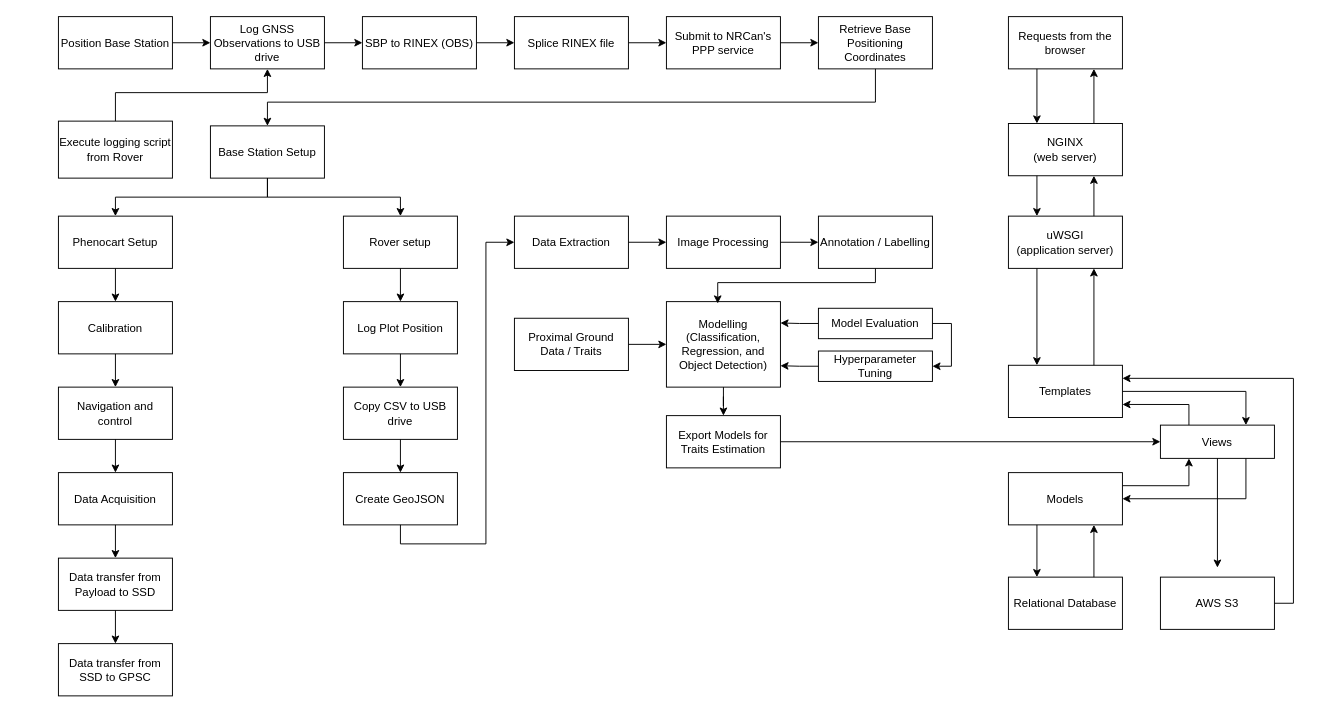
The draw.io diagram Untitled Diagram.drawio in prabaharravichandran/Workflow, before the edit. Source tidied: cells renumbered, new cells numbered last; positions are measured from the earlier drawing's top-left corner, leaving out a move shared by most shapes. Both pictures are drawn from the tidied source at 95%, with x=0, y=0 at pixel (58, 16).
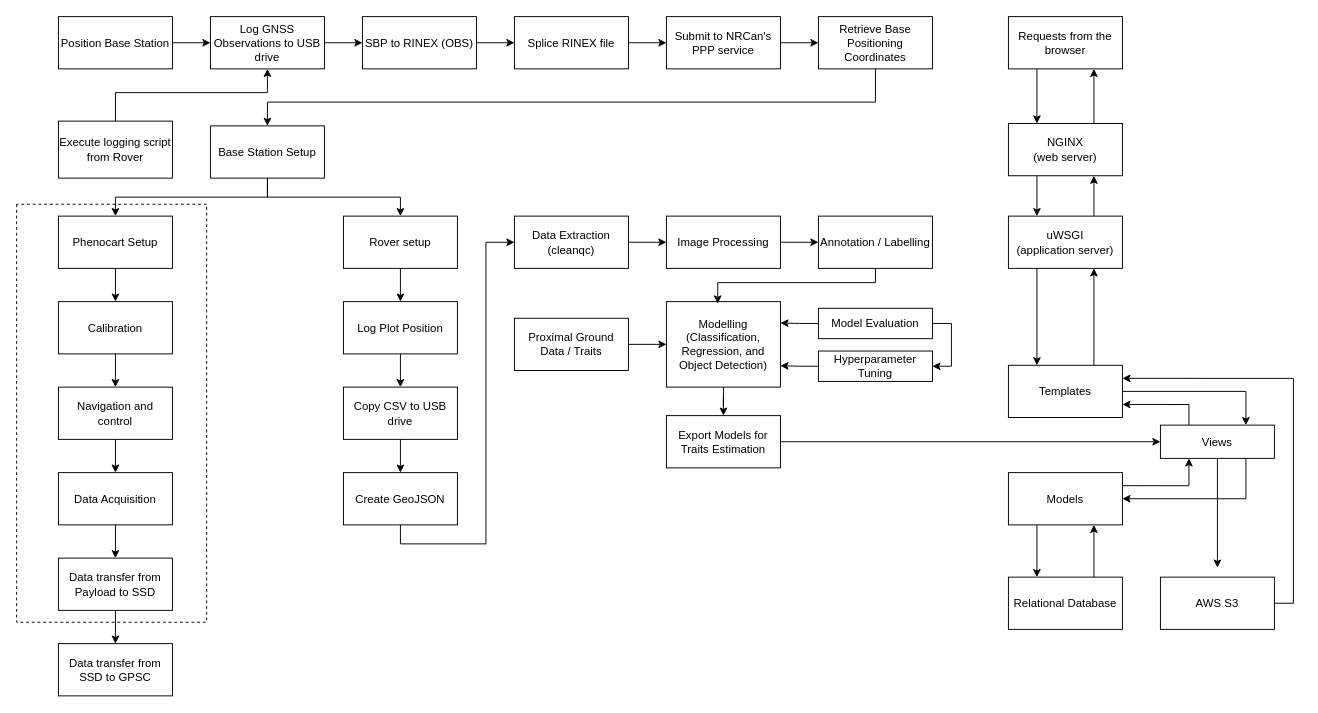
The same diagram, later.

The edit, as a diff of the source:
```diff
@@
-    <mxCell id="39" value="Data Extraction" style="rounded=0;whiteSpace=wrap;html=1;fillColor=none;" parent="1" vertex="1">
+    <mxCell id="39" value="Data Extraction&lt;br&gt;(cleanqc)" style="rounded=0;whiteSpace=wrap;html=1;fillColor=none;" parent="1" vertex="1">
       <mxGeometry x="480" y="210" width="120" height="55" as="geometry" />
     </mxCell>
@@
+    <mxCell id="77" style="endArrow=none;dashed=1;html=1;rounded=0;" parent="1" edge="1">
+      <mxGeometry relative="1" as="geometry">
+        <mxPoint x="-44" y="197.5" as="sourcePoint" />
+        <mxPoint x="-44" y="197.5" as="targetPoint" />
+        <Array as="points">
+          <mxPoint x="-44" y="637.5" />
+          <mxPoint x="156" y="637.5" />
+          <mxPoint x="156" y="197.5" />
+        </Array>
+      </mxGeometry>
+    </mxCell>
```
